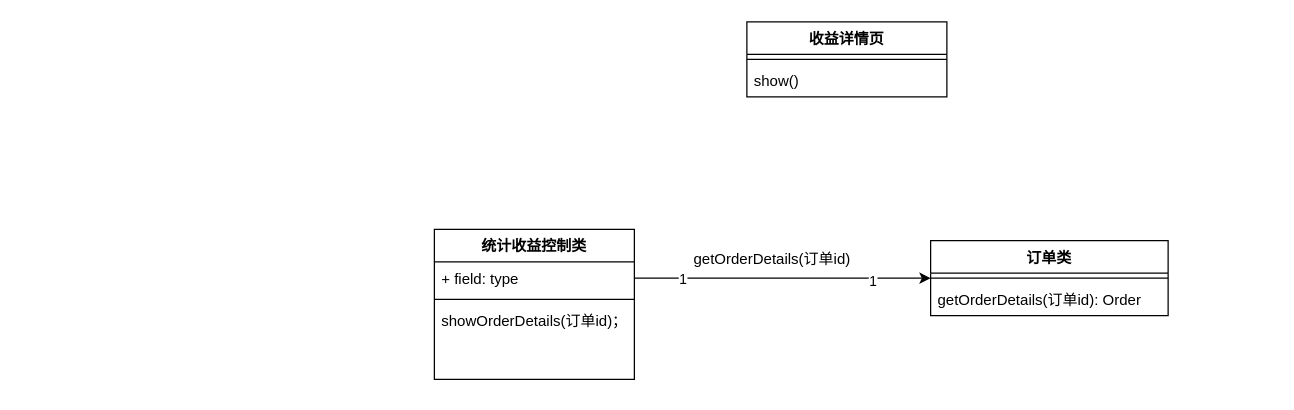
Above: page "修改密码类关系图" (2 of 2) of 统计收益类关系图.drawio in czely/czely.github.io (draw.io), before the change. Source tidied: cells renumbered, new cells numbered last; positions are measured from the earlier drawing's top-left corner, leaving out a move shared by most shapes. Both pictures are drawn from the tidied source at 125%, with x=0, y=0 at pixel (434, 21).
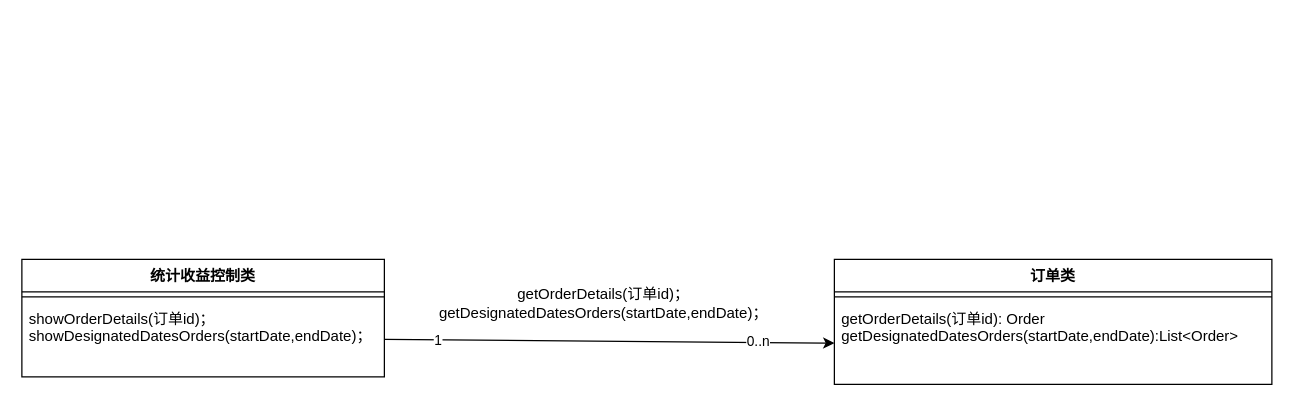
Above is the later version.

Commit message (it also covers changes not shown here):
更新统计收益类关系图.drawio

What changed in the source:
```diff
@@
 <mxGraphModel>
   <root>
     <mxCell id="0" />
     <mxCell id="1" parent="0" />
     <mxCell id="2" value="统计收益控制类" style="swimlane;fontStyle=1;align=center;verticalAlign=top;horizontal=1;startSize=26;" parent="1" vertex="1">
-      <mxGeometry y="166" width="160" height="120" as="geometry" />
+      <mxGeometry x="-330" y="190" width="290" height="94" as="geometry" />
     </mxCell>
-    <mxCell id="3" value="+ field: type" style="text;strokeColor=none;fillColor=none;align=left;verticalAlign=top;spacingLeft=4;spacingRight=4;overflow=hidden;points=[[0,0.5],[1,0.5]];portConstraint=eastwest;" parent="2" vertex="1">
-      <mxGeometry y="26" width="160" height="26" as="geometry" />
-    </mxCell>
     <mxCell id="4" style="line;strokeWidth=1;fillColor=none;align=left;verticalAlign=middle;spacingTop=-1;spacingLeft=3;spacingRight=3;labelPosition=right;" parent="2" vertex="1">
-      <mxGeometry y="52" width="160" height="8" as="geometry" />
+      <mxGeometry y="26" width="290" height="8" as="geometry" />
     </mxCell>
-    <mxCell id="5" value="showOrderDetails(订单id)；&#10;" style="text;strokeColor=none;fillColor=none;align=left;verticalAlign=top;spacingLeft=4;spacingRight=4;overflow=hidden;points=[[0,0.5],[1,0.5]];portConstraint=eastwest;" parent="2" vertex="1">
-      <mxGeometry y="60" width="160" height="60" as="geometry" />
+    <mxCell id="5" value="showOrderDetails(订单id)；&#10;showDesignatedDatesOrders(startDate,endDate)；" style="text;strokeColor=none;fillColor=none;align=left;verticalAlign=top;spacingLeft=4;spacingRight=4;overflow=hidden;points=[[0,0.5],[1,0.5]];portConstraint=eastwest;" parent="2" vertex="1">
+      <mxGeometry y="34" width="290" height="60" as="geometry" />
     </mxCell>
-    <mxCell id="6" value="收益详情页" style="swimlane;fontStyle=1;align=center;verticalAlign=top;horizontal=1;startSize=26;" parent="1" vertex="1">
-      <mxGeometry x="250" width="160" height="60" as="geometry" />
-    </mxCell>
-    <mxCell id="7" style="line;strokeWidth=1;fillColor=none;align=left;verticalAlign=middle;spacingTop=-1;spacingLeft=3;spacingRight=3;labelPosition=right;" parent="6" vertex="1">
-      <mxGeometry y="26" width="160" height="8" as="geometry" />
-    </mxCell>
-    <mxCell id="8" value="show()" style="text;strokeColor=none;fillColor=none;align=left;verticalAlign=top;spacingLeft=4;spacingRight=4;overflow=hidden;" parent="6" vertex="1">
-      <mxGeometry y="34" width="160" height="26" as="geometry" />
-    </mxCell>
     <mxCell id="9" value="订单类" style="swimlane;fontStyle=1;align=center;verticalAlign=top;horizontal=1;startSize=26;" parent="1" vertex="1">
-      <mxGeometry x="397" y="175" width="190" height="60" as="geometry" />
+      <mxGeometry x="320" y="190" width="350" height="100" as="geometry" />
     </mxCell>
     <mxCell id="10" style="line;strokeWidth=1;fillColor=none;align=left;verticalAlign=middle;spacingTop=-1;spacingLeft=3;spacingRight=3;labelPosition=right;" parent="9" vertex="1">
-      <mxGeometry y="26" width="190" height="8" as="geometry" />
+      <mxGeometry y="26" width="350" height="8" as="geometry" />
     </mxCell>
-    <mxCell id="11" value="getOrderDetails(订单id): Order" style="text;strokeColor=none;fillColor=none;align=left;verticalAlign=top;spacingLeft=4;spacingRight=4;overflow=hidden;points=[[0,0.5],[1,0.5]];portConstraint=eastwest;" parent="9" vertex="1">
-      <mxGeometry y="34" width="190" height="26" as="geometry" />
+    <mxCell id="11" value="getOrderDetails(订单id): Order&#10;getDesignatedDatesOrders(startDate,endDate):List&lt;Order&gt;" style="text;strokeColor=none;fillColor=none;align=left;verticalAlign=top;spacingLeft=4;spacingRight=4;overflow=hidden;points=[[0,0.5],[1,0.5]];portConstraint=eastwest;" parent="9" vertex="1">
+      <mxGeometry y="34" width="350" height="66" as="geometry" />
     </mxCell>
-    <mxCell id="12" style="endArrow=classic;html=1;exitX=1;exitY=0.5;exitDx=0;exitDy=0;entryX=0;entryY=0.5;entryDx=0;entryDy=0;" parent="1" edge="1" source="3" target="9">
-      <mxGeometry relative="1" as="geometry">
-        <Array as="points">
-          <mxPoint x="360" y="205" />
-        </Array>
-      </mxGeometry>
-    </mxCell>
-    <mxCell id="13" value="1" style="edgeLabel;html=1;align=center;verticalAlign=middle;" parent="12" vertex="1">
-      <mxGeometry x="-0.68" relative="1" as="geometry" />
-    </mxCell>
-    <mxCell id="14" value="1" style="edgeLabel;html=1;align=center;verticalAlign=middle;" parent="12" vertex="1">
-      <mxGeometry x="0.6" y="-2" relative="1" as="geometry" />
-    </mxCell>
-    <mxCell id="15" value="getOrderDetails(订单id)" style="text;html=1;align=center;verticalAlign=middle;" parent="1" vertex="1">
-      <mxGeometry x="200" y="180" width="140" height="20" as="geometry" />
+    <mxCell id="15" value="getOrderDetails(订单id)；&lt;br&gt;&lt;span style=&quot;text-align: left&quot;&gt;getDesignatedDatesOrders(startDate,endDate)；&lt;/span&gt;" style="text;html=1;align=center;verticalAlign=middle;" parent="1" vertex="1">
+      <mxGeometry x="-5" y="210" width="280" height="30" as="geometry" />
     </mxCell>
+    <mxCell id="16" style="endArrow=classic;html=1;entryX=0;entryY=0.5;entryDx=0;entryDy=0;exitX=1;exitY=0.5;exitDx=0;exitDy=0;" parent="1" edge="1" source="5" target="11">
+      <mxGeometry relative="1" as="geometry" />
+    </mxCell>
+    <mxCell id="17" value="1" style="edgeLabel;html=1;align=center;verticalAlign=middle;" parent="16" vertex="1">
+      <mxGeometry x="-0.76" relative="1" as="geometry" />
+    </mxCell>
+    <mxCell id="18" value="0..n" style="edgeLabel;html=1;align=center;verticalAlign=middle;" parent="16" vertex="1">
+      <mxGeometry x="0.66" y="1" relative="1" as="geometry" />
+    </mxCell>
   </root>
 </mxGraphModel>
```
